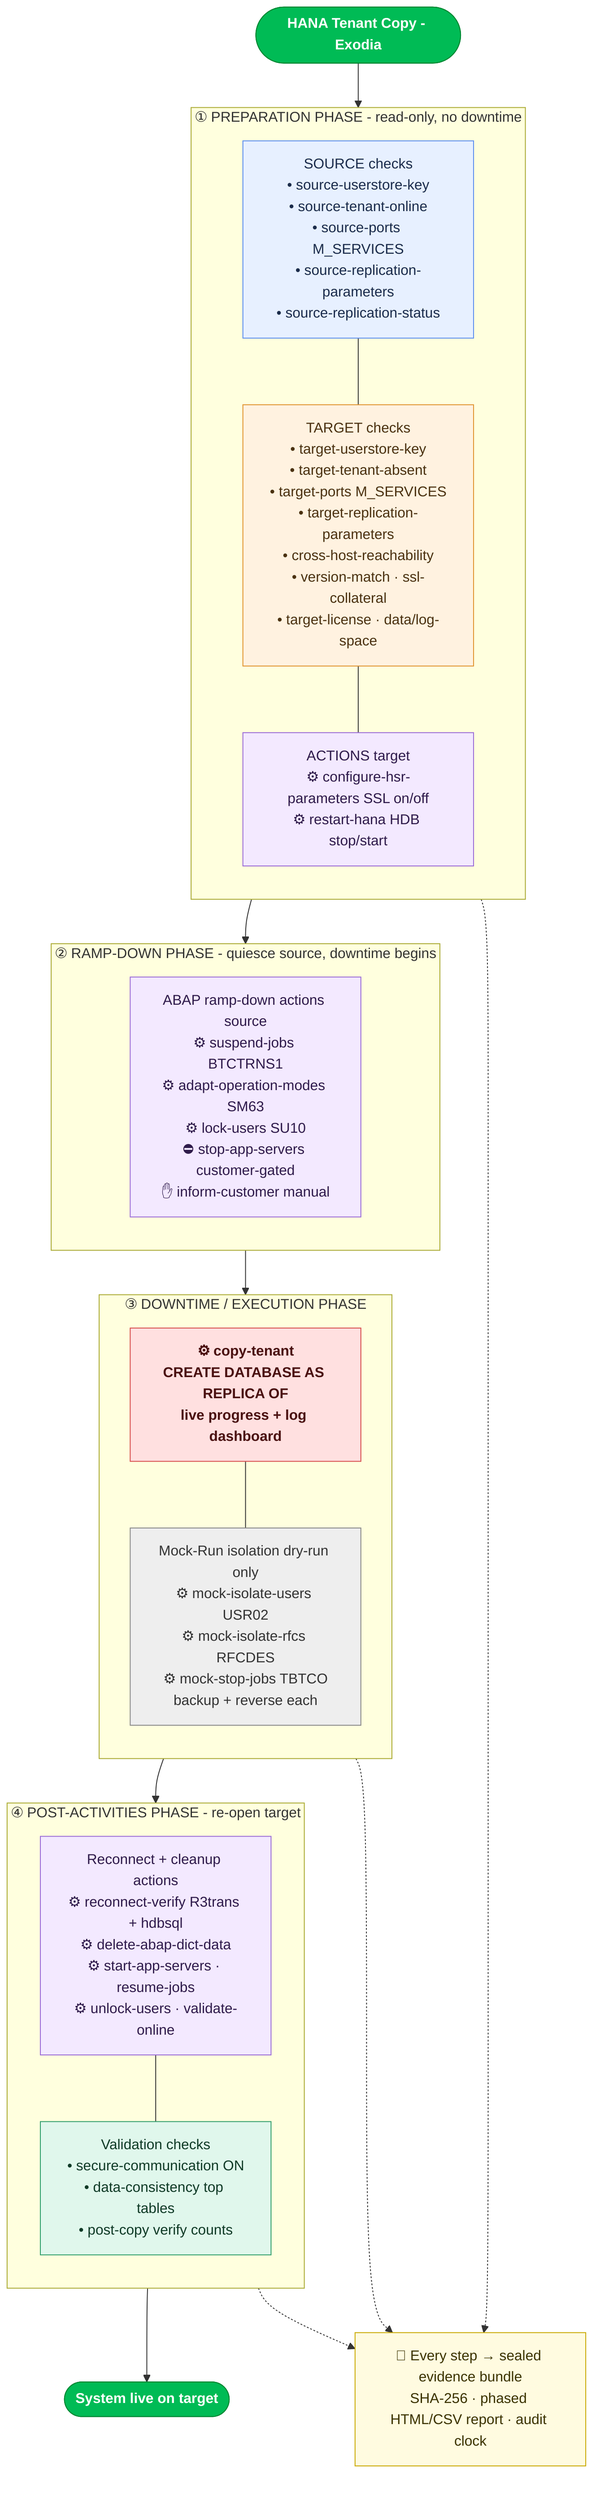
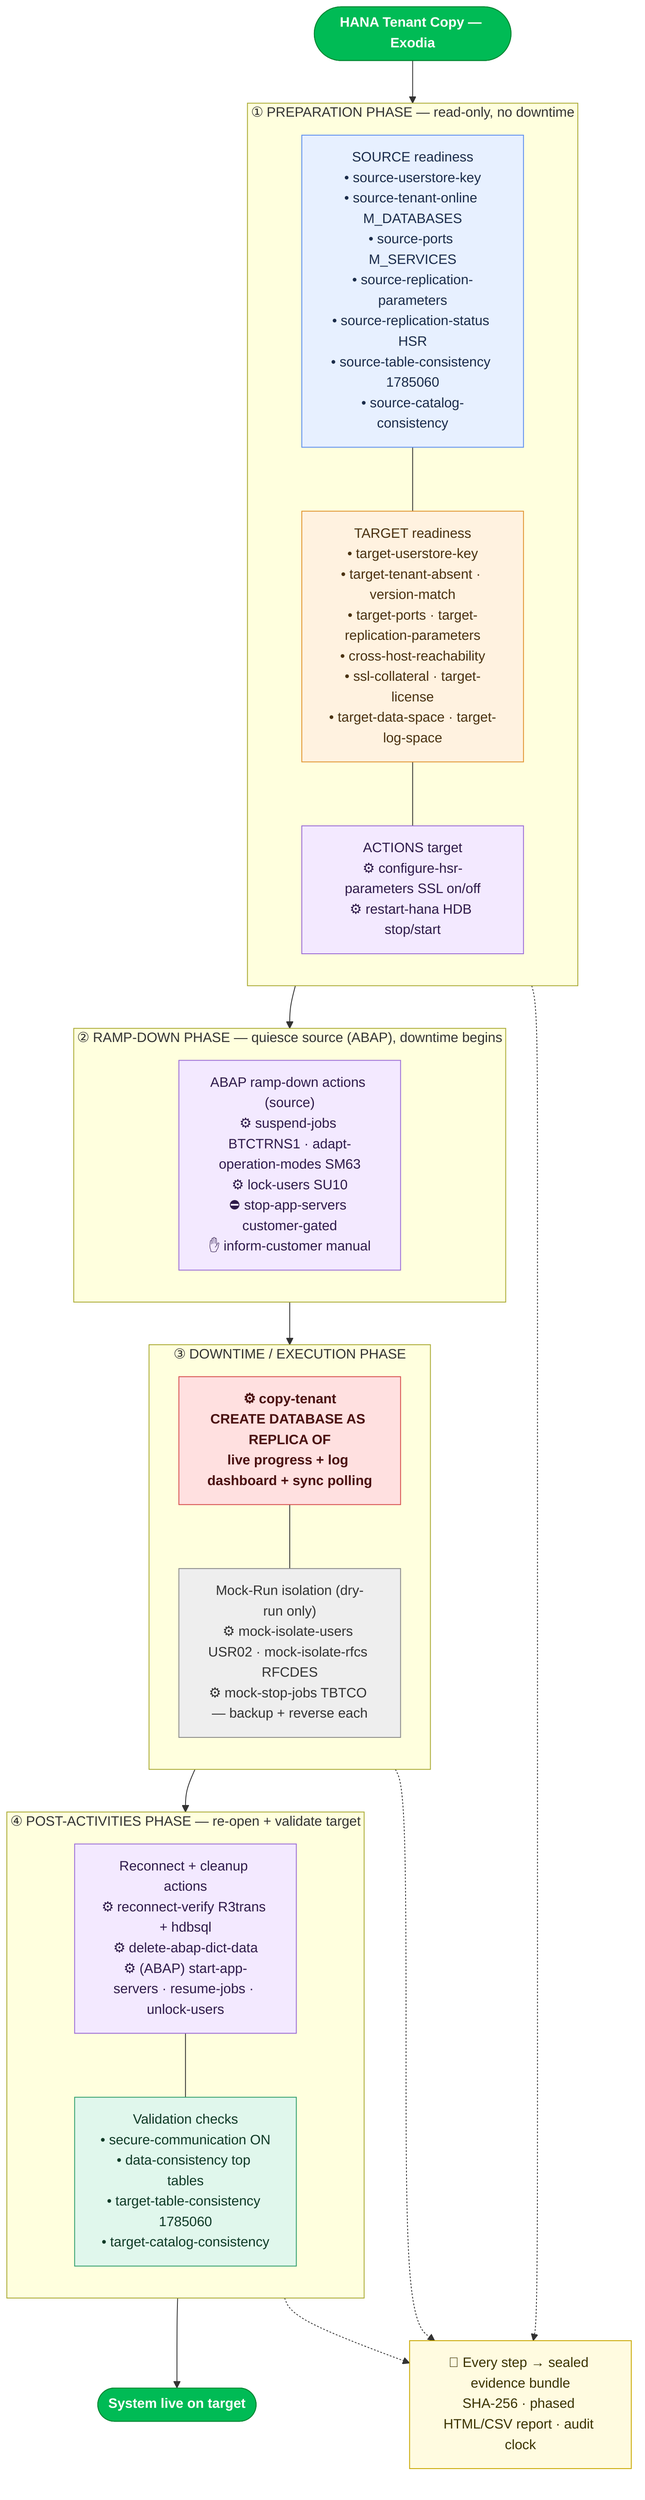
flowchart TD
-     START([HANA Tenant Copy - Exodia]):::title
+     START([HANA Tenant Copy — Exodia]):::title

-     subgraph PREP["① PREPARATION PHASE - read-only, no downtime"]
+     subgraph PREP["① PREPARATION PHASE — read-only, no downtime"]
        direction TB
-         P1["SOURCE checks<br/>• source-userstore-key<br/>• source-tenant-online<br/>• source-ports M_SERVICES<br/>• source-replication-parameters<br/>• source-replication-status"]:::src
-         P2["TARGET checks<br/>• target-userstore-key<br/>• target-tenant-absent<br/>• target-ports M_SERVICES<br/>• target-replication-parameters<br/>• cross-host-reachability<br/>• version-match · ssl-collateral<br/>• target-license · data/log-space"]:::tgt
+         P1["SOURCE readiness<br/>• source-userstore-key<br/>• source-tenant-online M_DATABASES<br/>• source-ports M_SERVICES<br/>• source-replication-parameters<br/>• source-replication-status HSR<br/>• source-table-consistency 1785060<br/>• source-catalog-consistency"]:::src
+         P2["TARGET readiness<br/>• target-userstore-key<br/>• target-tenant-absent · version-match<br/>• target-ports · target-replication-parameters<br/>• cross-host-reachability<br/>• ssl-collateral · target-license<br/>• target-data-space · target-log-space"]:::tgt
        P3["ACTIONS target<br/>⚙ configure-hsr-parameters SSL on/off<br/>⚙ restart-hana HDB stop/start"]:::act
        P1 --- P2 --- P3
    end

-     subgraph RAMP["② RAMP-DOWN PHASE - quiesce source, downtime begins"]
+     subgraph RAMP["② RAMP-DOWN PHASE — quiesce source (ABAP), downtime begins"]
        direction TB
-         R1["ABAP ramp-down actions source<br/>⚙ suspend-jobs BTCTRNS1<br/>⚙ adapt-operation-modes SM63<br/>⚙ lock-users SU10<br/>⛔ stop-app-servers customer-gated<br/>✋ inform-customer manual"]:::act
+         R1["ABAP ramp-down actions (source)<br/>⚙ suspend-jobs BTCTRNS1 · adapt-operation-modes SM63<br/>⚙ lock-users SU10<br/>⛔ stop-app-servers customer-gated<br/>✋ inform-customer manual"]:::act
    end

    subgraph DOWN["③ DOWNTIME / EXECUTION PHASE"]
        direction TB
-         D1["⚙ copy-tenant<br/>CREATE DATABASE AS REPLICA OF<br/>live progress + log dashboard"]:::copy
-         D2["Mock-Run isolation dry-run only<br/>⚙ mock-isolate-users USR02<br/>⚙ mock-isolate-rfcs RFCDES<br/>⚙ mock-stop-jobs TBTCO<br/>backup + reverse each"]:::mock
+         D1["⚙ copy-tenant<br/>CREATE DATABASE AS REPLICA OF<br/>live progress + log dashboard + sync polling"]:::copy
+         D2["Mock-Run isolation (dry-run only)<br/>⚙ mock-isolate-users USR02 · mock-isolate-rfcs RFCDES<br/>⚙ mock-stop-jobs TBTCO — backup + reverse each"]:::mock
        D1 --- D2
    end

-     subgraph POST["④ POST-ACTIVITIES PHASE - re-open target"]
+     subgraph POST["④ POST-ACTIVITIES PHASE — re-open + validate target"]
        direction TB
-         PO1["Reconnect + cleanup actions<br/>⚙ reconnect-verify R3trans + hdbsql<br/>⚙ delete-abap-dict-data<br/>⚙ start-app-servers · resume-jobs<br/>⚙ unlock-users · validate-online"]:::act
-         PO2["Validation checks<br/>• secure-communication ON<br/>• data-consistency top tables<br/>• post-copy verify counts"]:::chk
+         PO1["Reconnect + cleanup actions<br/>⚙ reconnect-verify R3trans + hdbsql<br/>⚙ delete-abap-dict-data<br/>⚙ (ABAP) start-app-servers · resume-jobs · unlock-users"]:::act
+         PO2["Validation checks<br/>• secure-communication ON<br/>• data-consistency top tables<br/>• target-table-consistency 1785060<br/>• target-catalog-consistency"]:::chk
        PO1 --- PO2
    end

    EVID["📁 Every step → sealed evidence bundle<br/>SHA-256 · phased HTML/CSV report · audit clock"]:::evid

    START --> PREP --> RAMP --> DOWN --> POST --> DONE([System live on target]):::title
    PREP -.-> EVID
    DOWN -.-> EVID
    POST -.-> EVID

    classDef title fill:#0b5,stroke:#083,color:#fff,font-weight:bold
    classDef src fill:#e7f0ff,stroke:#5b8def,color:#1a2b4a
    classDef tgt fill:#fff2e0,stroke:#e0932f,color:#4a3110
    classDef act fill:#f3e9ff,stroke:#9a6bd6,color:#2e1a4a
    classDef copy fill:#ffe0e0,stroke:#d64b4b,color:#4a1010,font-weight:bold
    classDef mock fill:#eee,stroke:#888,color:#333
    classDef chk fill:#e0f7ec,stroke:#2f9e6b,color:#0f3a26
    classDef evid fill:#fffbe0,stroke:#c9a800,color:#3a3200
